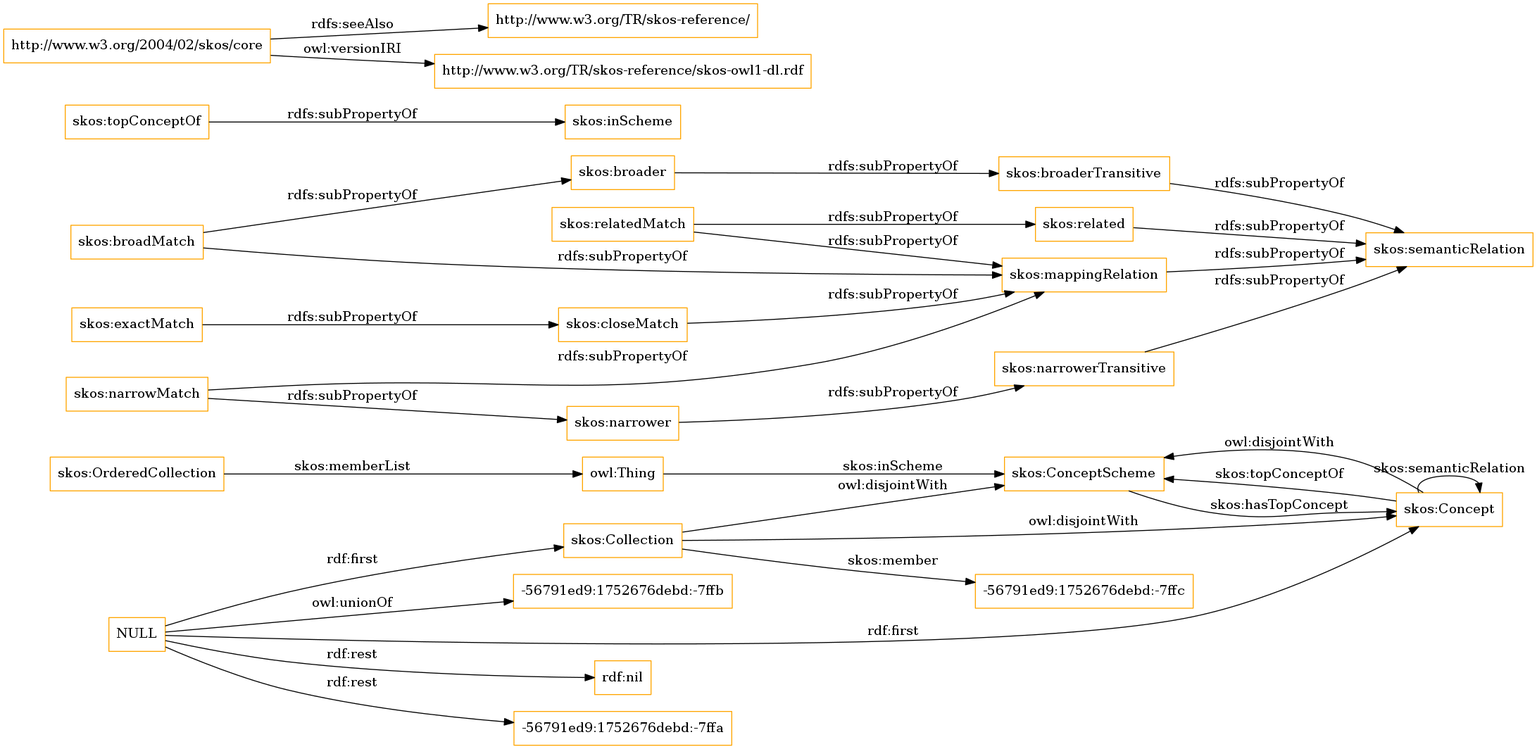
Above: OnToology/imports/skos.owl/diagrams/ar2dtool-class/skos.owl.png in OnToologyUser/core-ontology-1 (Graphviz), before the change. Its source is kept beside it as OnToology/imports/skos.owl/diagrams/ar2dtool-class/skos.owl.png.dot.
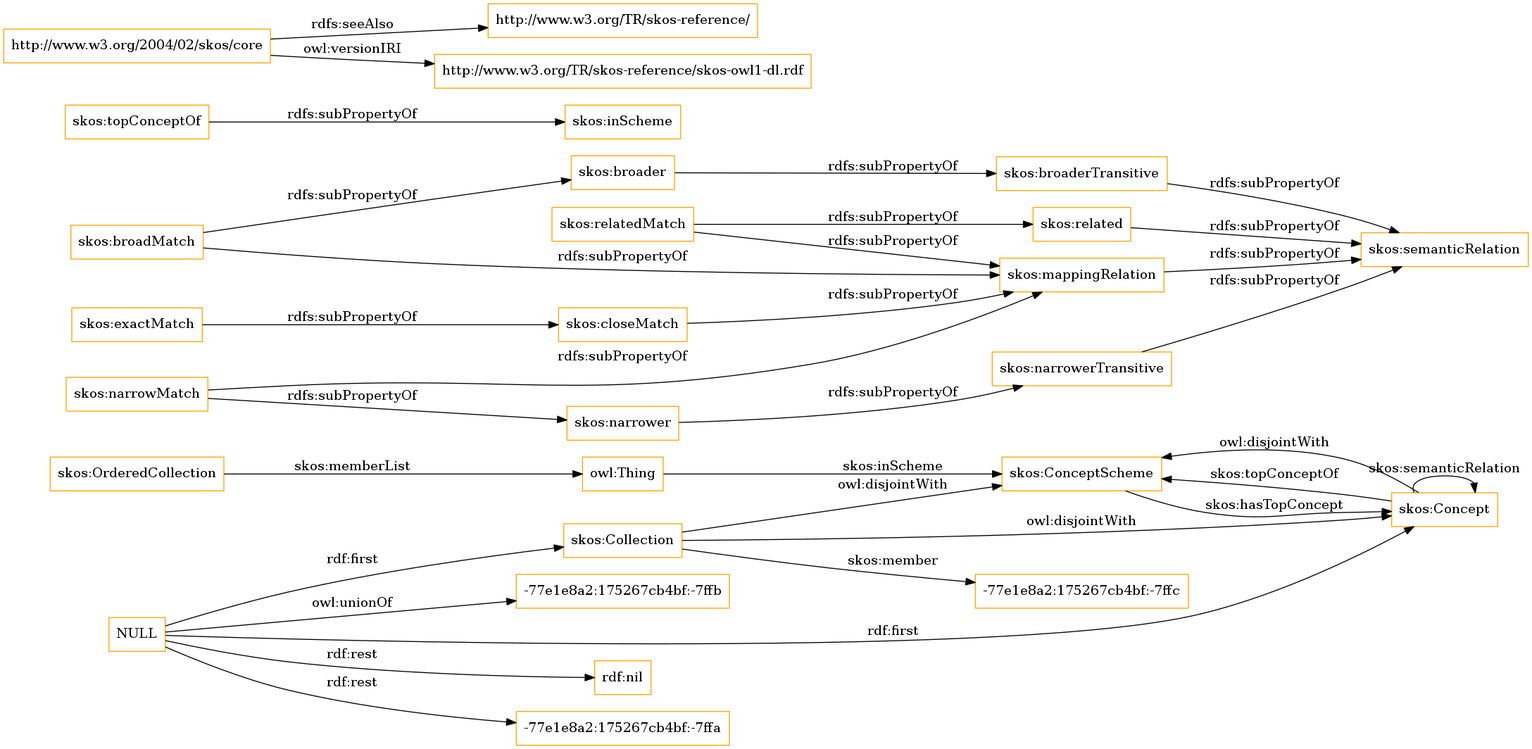
Above is the later version.

What changed in the source:
```diff
@@ -1,13 +1,13 @@
 digraph ar2dtool_diagram {
 rankdir=LR;
 size="1501"
-node [shape = rectangle, color="orange"]; "skos:OrderedCollection" "skos:ConceptScheme" "skos:Concept" "skos:Collection" "-56791ed9:1752676debd:-7ffc" ; /*classes style*/
+node [shape = rectangle, color="orange"]; "skos:OrderedCollection" "skos:ConceptScheme" "skos:Concept" "skos:Collection" "-77e1e8a2:175267cb4bf:-7ffc" ; /*classes style*/
 	"skos:narrowerTransitive" -> "skos:semanticRelation" [ label = "rdfs:subPropertyOf" ];
 	"NULL" -> "rdf:nil" [ label = "rdf:rest" ];
 	"NULL" -> "skos:Concept" [ label = "rdf:first" ];
-	"NULL" -> "-56791ed9:1752676debd:-7ffa" [ label = "rdf:rest" ];
+	"NULL" -> "-77e1e8a2:175267cb4bf:-7ffa" [ label = "rdf:rest" ];
 	"NULL" -> "skos:Collection" [ label = "rdf:first" ];
-	"NULL" -> "-56791ed9:1752676debd:-7ffb" [ label = "owl:unionOf" ];
+	"NULL" -> "-77e1e8a2:175267cb4bf:-7ffb" [ label = "owl:unionOf" ];
 	"skos:closeMatch" -> "skos:mappingRelation" [ label = "rdfs:subPropertyOf" ];
 	"skos:Concept" -> "skos:ConceptScheme" [ label = "owl:disjointWith" ];
 	"skos:relatedMatch" -> "skos:related" [ label = "rdfs:subPropertyOf" ];
@@ -30,7 +30,7 @@
 	"skos:OrderedCollection" -> "owl:Thing" [ label = "skos:memberList" ];
 	"skos:Concept" -> "skos:ConceptScheme" [ label = "skos:topConceptOf" ];
 	"skos:Concept" -> "skos:Concept" [ label = "skos:semanticRelation" ];
-	"skos:Collection" -> "-56791ed9:1752676debd:-7ffc" [ label = "skos:member" ];
+	"skos:Collection" -> "-77e1e8a2:175267cb4bf:-7ffc" [ label = "skos:member" ];
 	"skos:ConceptScheme" -> "skos:Concept" [ label = "skos:hasTopConcept" ];
 	"owl:Thing" -> "skos:ConceptScheme" [ label = "skos:inScheme" ];
 
```
